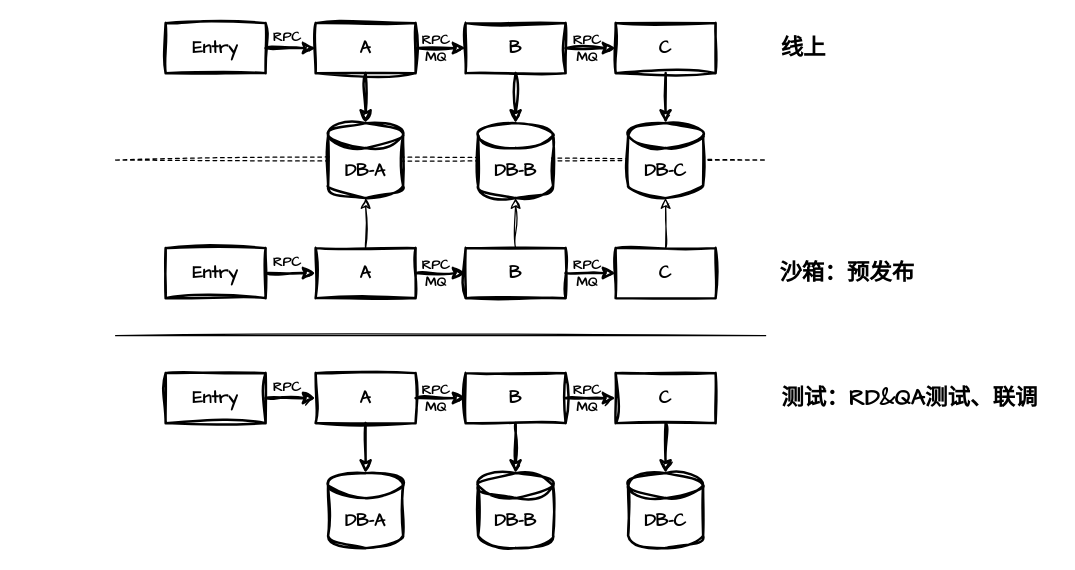
Above: tc/环境.drawio in zhuanzhuan-tech/arch-draw-io (draw.io), before the change. Source tidied: cells renumbered, new cells numbered last; positions are measured from the earlier drawing's top-left corner, leaving out a move shared by most shapes. Both pictures are drawn from the tidied source at 125%, with x=0, y=0 at pixel (115, 22).
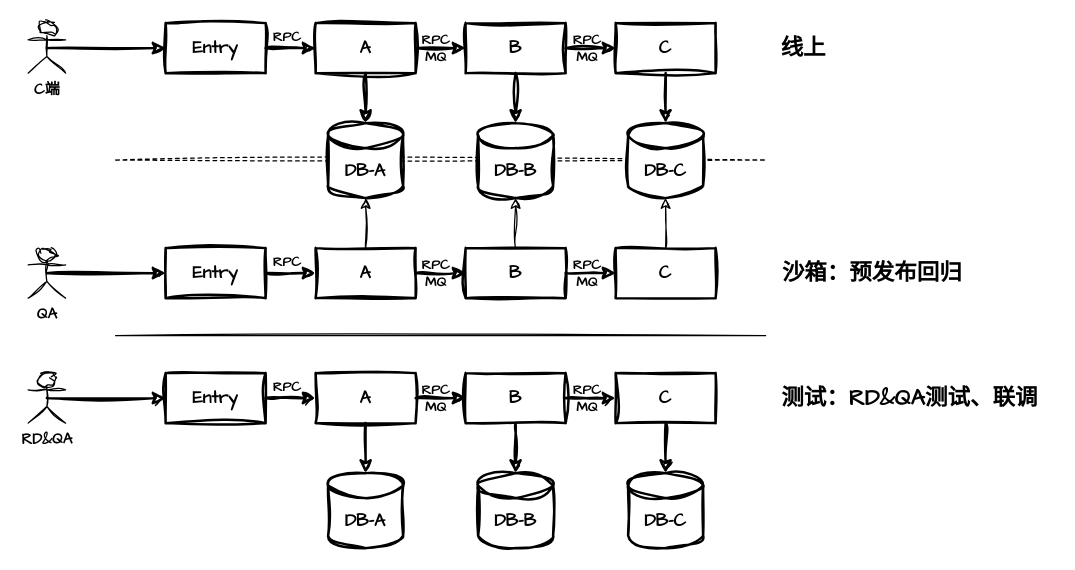
After the change.

The change refers to these unchanged cells:
```xml
<mxCell id="7" value="&lt;font style=&quot;font-size: 14px;&quot;&gt;&lt;b&gt;Entry&lt;/b&gt;&lt;/font&gt;" style="rounded=0;whiteSpace=wrap;html=1;sketch=1;hachureGap=4;jiggle=2;curveFitting=1;fontFamily=Architects Daughter;fillColor=none;strokeWidth=2;" parent="1" vertex="1">
  <mxGeometry x="40" width="80" height="40" as="geometry" />
</mxCell>
<mxCell id="23" value="&lt;font style=&quot;font-size: 14px;&quot;&gt;&lt;b&gt;Entry&lt;/b&gt;&lt;/font&gt;" style="rounded=0;whiteSpace=wrap;html=1;sketch=1;hachureGap=4;jiggle=2;curveFitting=1;fontFamily=Architects Daughter;fillColor=none;strokeWidth=2;" parent="1" vertex="1">
  <mxGeometry x="40" y="180" width="80" height="40" as="geometry" />
</mxCell>
<mxCell id="37" value="&lt;font style=&quot;font-size: 14px;&quot;&gt;&lt;b&gt;Entry&lt;/b&gt;&lt;/font&gt;" style="rounded=0;whiteSpace=wrap;html=1;sketch=1;hachureGap=4;jiggle=2;curveFitting=1;fontFamily=Architects Daughter;fillColor=none;strokeWidth=2;" parent="1" vertex="1">
  <mxGeometry x="40" y="280" width="80" height="40" as="geometry" />
</mxCell>
```

The edit, as a diff of the source:
```diff
@@
-    <mxCell id="50" value="&lt;b&gt;&lt;font style=&quot;font-size: 18px;&quot;&gt;沙箱：预发布&lt;/font&gt;&lt;/b&gt;" style="text;html=1;align=center;verticalAlign=middle;strokeColor=none;fillColor=none;fontFamily=Architects Daughter;" parent="1" vertex="1">
-      <mxGeometry x="520" y="180" width="130" height="40" as="geometry" />
+    <mxCell id="50" value="&lt;b&gt;&lt;font style=&quot;font-size: 18px;&quot;&gt;沙箱：预发布回归&lt;/font&gt;&lt;/b&gt;" style="text;html=1;align=center;verticalAlign=middle;strokeColor=none;fillColor=none;fontFamily=Architects Daughter;" parent="1" vertex="1">
+      <mxGeometry x="520" y="180" width="170" height="40" as="geometry" />
     </mxCell>
@@
+    <mxCell id="52" style="edgeStyle=orthogonalEdgeStyle;rounded=0;sketch=1;hachureGap=4;jiggle=2;curveFitting=1;jettySize=auto;html=1;exitX=0.5;exitY=0.5;exitDx=0;exitDy=0;exitPerimeter=0;entryX=0;entryY=0.5;entryDx=0;entryDy=0;fontFamily=Architects Daughter;strokeWidth=2;" parent="1" edge="1" source="53" target="7">
+      <mxGeometry relative="1" as="geometry" />
+    </mxCell>
+    <mxCell id="53" value="&lt;b&gt;C端&lt;/b&gt;" style="shape=umlActor;verticalLabelPosition=bottom;verticalAlign=top;html=1;outlineConnect=0;sketch=1;hachureGap=4;jiggle=2;curveFitting=1;fontFamily=Architects Daughter;" parent="1" vertex="1">
+      <mxGeometry x="-70" width="30" height="40" as="geometry" />
+    </mxCell>
+    <mxCell id="54" style="edgeStyle=orthogonalEdgeStyle;rounded=0;sketch=1;hachureGap=4;jiggle=2;curveFitting=1;jettySize=auto;html=1;exitX=0.5;exitY=0.5;exitDx=0;exitDy=0;exitPerimeter=0;entryX=0;entryY=0.5;entryDx=0;entryDy=0;fontFamily=Architects Daughter;strokeWidth=2;" parent="1" edge="1" source="55" target="23">
+      <mxGeometry relative="1" as="geometry" />
+    </mxCell>
+    <mxCell id="55" value="&lt;b&gt;QA&lt;/b&gt;" style="shape=umlActor;verticalLabelPosition=bottom;verticalAlign=top;html=1;outlineConnect=0;sketch=1;hachureGap=4;jiggle=2;curveFitting=1;fontFamily=Architects Daughter;" parent="1" vertex="1">
+      <mxGeometry x="-70" y="180" width="30" height="40" as="geometry" />
+    </mxCell>
+    <mxCell id="56" style="edgeStyle=orthogonalEdgeStyle;rounded=0;sketch=1;hachureGap=4;jiggle=2;curveFitting=1;jettySize=auto;html=1;exitX=0.5;exitY=0.5;exitDx=0;exitDy=0;exitPerimeter=0;entryX=0;entryY=0.5;entryDx=0;entryDy=0;fontFamily=Architects Daughter;strokeWidth=2;" parent="1" edge="1" source="57" target="37">
+      <mxGeometry relative="1" as="geometry" />
+    </mxCell>
+    <mxCell id="57" value="&lt;b&gt;RD&amp;amp;QA&lt;/b&gt;" style="shape=umlActor;verticalLabelPosition=bottom;verticalAlign=top;html=1;outlineConnect=0;sketch=1;hachureGap=4;jiggle=2;curveFitting=1;fontFamily=Architects Daughter;" parent="1" vertex="1">
+      <mxGeometry x="-70" y="280" width="30" height="40" as="geometry" />
+    </mxCell>
```
